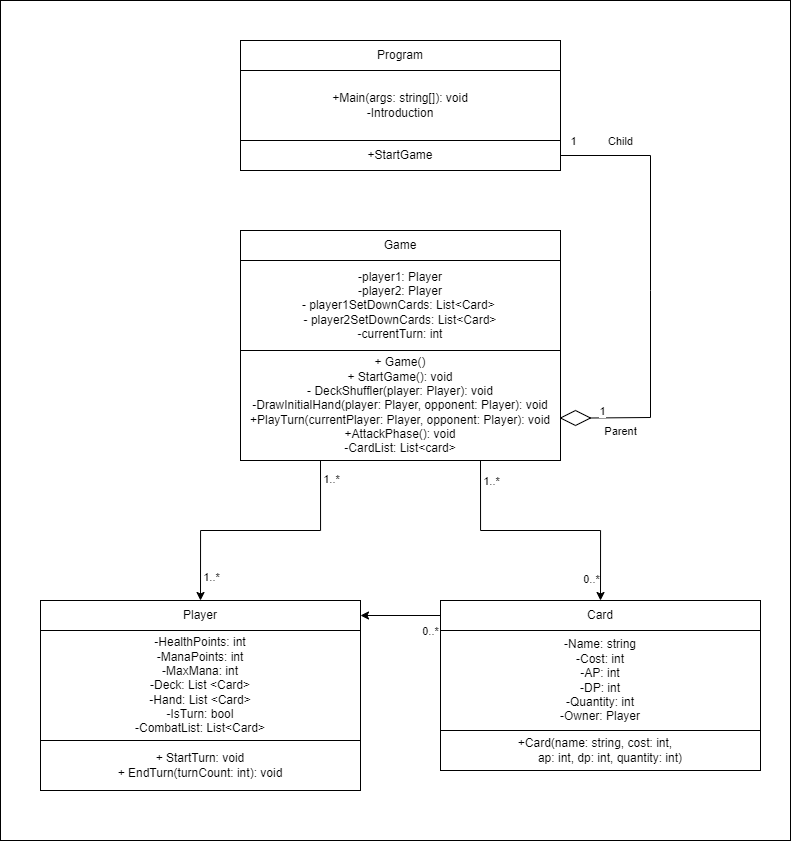
The draw.io diagram UML.png in trunksrage24/LP1Projeto2, before a commit. Source tidied: cells renumbered, new cells last; positions are measured from the earlier drawing's top-left corner, leaving out a move shared by most shapes.
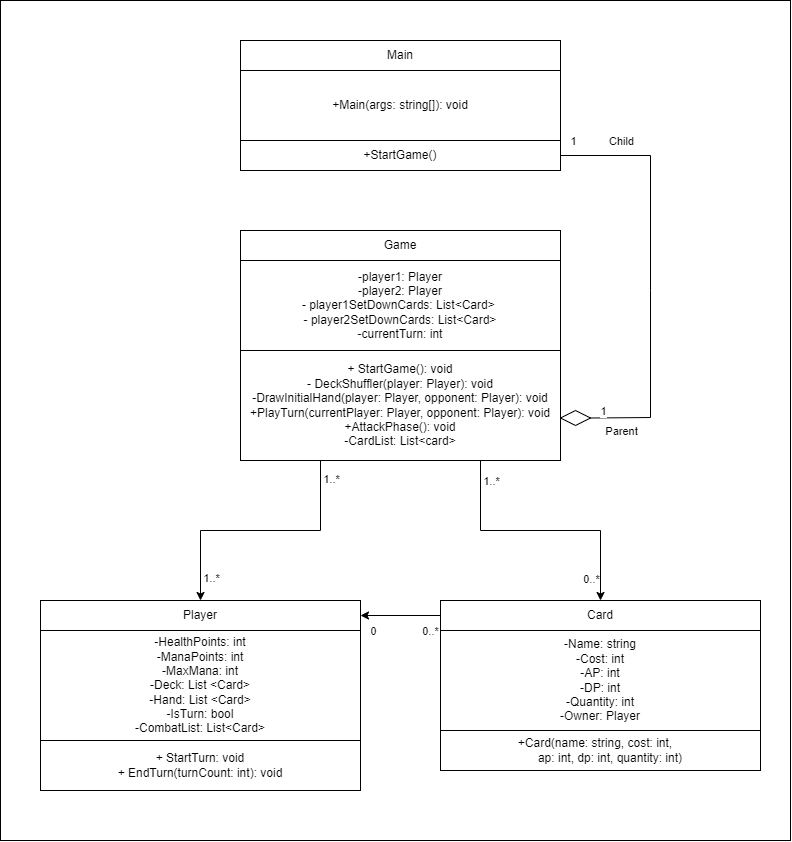
After the change.

Commit message:
Updated uml and removed unecessaries

Diff of the diagram source:
```diff
@@ -20,55 +20,60 @@
     <mxCell id="7" style="edgeStyle=orthogonalEdgeStyle;rounded=0;jettySize=auto;html=1;exitX=0;exitY=0.5;exitDx=0;exitDy=0;entryX=1;entryY=0.5;entryDx=0;entryDy=0;" parent="1" edge="1" source="9" target="5">
       <mxGeometry relative="1" as="geometry" />
     </mxCell>
-    <mxCell id="8" value="0..*" style="edgeLabel;html=1;align=center;verticalAlign=middle;" parent="7" vertex="1">
-      <mxGeometry x="-0.74" y="1" relative="1" as="geometry">
-        <mxPoint y="14" as="offset" />
-      </mxGeometry>
-    </mxCell>
+    <mxCell id="29" value="0..*" style="edgeLabel;html=1;align=center;verticalAlign=middle;" parent="7" vertex="1">
+      <mxGeometry x="-0.74" y="1" relative="1" as="geometry">
+        <mxPoint y="14" as="offset" />
+      </mxGeometry>
+    </mxCell>
+    <mxCell id="30" value="0" style="edgeLabel;html=1;align=center;verticalAlign=middle;" parent="7" vertex="1">
+      <mxGeometry x="0.68" relative="1" as="geometry">
+        <mxPoint y="15" as="offset" />
+      </mxGeometry>
+    </mxCell>
     <mxCell id="9" value="Card" style="rounded=0;whiteSpace=wrap;html=1;" parent="1" vertex="1">
       <mxGeometry x="440" y="600" width="320" height="30" as="geometry" />
     </mxCell>
     <mxCell id="10" value="&lt;div&gt;-Name: string&lt;/div&gt;&lt;div&gt;-Cost: int&lt;/div&gt;&lt;div&gt;-AP: int&lt;/div&gt;&lt;div&gt;-DP: int&lt;/div&gt;&lt;div&gt;-Quantity: int&lt;/div&gt;&lt;div&gt;-Owner: Player&lt;/div&gt;" style="rounded=0;whiteSpace=wrap;html=1;align=center;" parent="1" vertex="1">
       <mxGeometry x="440" y="630" width="320" height="100" as="geometry" />
     </mxCell>
-    <mxCell id="11" style="edgeStyle=orthogonalEdgeStyle;rounded=0;jettySize=auto;html=1;exitX=0.75;exitY=1;exitDx=0;exitDy=0;entryX=0.5;entryY=0;entryDx=0;entryDy=0;" parent="1" edge="1" source="17" target="9">
-      <mxGeometry relative="1" as="geometry" />
-    </mxCell>
-    <mxCell id="12" value="1..*" style="edgeLabel;html=1;align=center;verticalAlign=middle;" parent="11" vertex="1">
-      <mxGeometry x="-0.89" y="-2" relative="1" as="geometry">
-        <mxPoint x="12" y="6" as="offset" />
-      </mxGeometry>
-    </mxCell>
-    <mxCell id="13" value="0..*" style="edgeLabel;html=1;align=center;verticalAlign=middle;" parent="11" vertex="1">
-      <mxGeometry x="0.83" y="2" relative="1" as="geometry">
-        <mxPoint x="-12" as="offset" />
-      </mxGeometry>
-    </mxCell>
-    <mxCell id="14" style="edgeStyle=orthogonalEdgeStyle;rounded=0;jettySize=auto;html=1;exitX=0.25;exitY=1;exitDx=0;exitDy=0;entryX=0.5;entryY=0;entryDx=0;entryDy=0;" parent="1" edge="1" source="17" target="5">
-      <mxGeometry relative="1" as="geometry" />
-    </mxCell>
-    <mxCell id="15" value="1..*" style="edgeLabel;html=1;align=center;verticalAlign=middle;" parent="14" vertex="1">
-      <mxGeometry x="-0.86" y="-3" relative="1" as="geometry">
-        <mxPoint x="13" as="offset" />
-      </mxGeometry>
-    </mxCell>
-    <mxCell id="16" value="1..*" style="edgeLabel;html=1;align=center;verticalAlign=middle;" parent="14" vertex="1">
-      <mxGeometry x="0.82" y="-4" relative="1" as="geometry">
-        <mxPoint x="14" as="offset" />
-      </mxGeometry>
-    </mxCell>
-    <mxCell id="17" value="+ Game()&lt;br&gt;+ StartGame(): void&lt;br&gt;- DeckShuffler(player: Player): void&lt;br&gt;-DrawInitialHand(player: Player, opponent: Player): void&lt;br&gt;+PlayTurn(currentPlayer: Player, opponent: Player): void&lt;br&gt;+AttackPhase(): void&lt;br&gt;-CardList: List&amp;lt;card&amp;gt;" style="rounded=0;whiteSpace=wrap;html=1;" parent="1" vertex="1">
-      <mxGeometry x="240" y="350" width="320" height="110" as="geometry" />
-    </mxCell>
-    <mxCell id="18" value="Program" style="rounded=0;whiteSpace=wrap;html=1;" parent="1" vertex="1">
-      <mxGeometry x="240" y="40" width="320" height="30" as="geometry" />
-    </mxCell>
-    <mxCell id="19" value="+Main(args: string[]): void&lt;br&gt;-Introduction" style="rounded=0;whiteSpace=wrap;html=1;" parent="1" vertex="1">
-      <mxGeometry x="240" y="70" width="320" height="70" as="geometry" />
-    </mxCell>
-    <mxCell id="20" value="+StartGame" style="rounded=0;whiteSpace=wrap;html=1;" parent="1" vertex="1">
-      <mxGeometry x="240" y="140" width="320" height="30" as="geometry" />
-    </mxCell>
+    <mxCell id="31" style="edgeStyle=orthogonalEdgeStyle;rounded=0;jettySize=auto;html=1;exitX=0.75;exitY=1;exitDx=0;exitDy=0;entryX=0.5;entryY=0;entryDx=0;entryDy=0;" parent="1" edge="1" source="37" target="9">
+      <mxGeometry relative="1" as="geometry" />
+    </mxCell>
+    <mxCell id="32" value="1..*" style="edgeLabel;html=1;align=center;verticalAlign=middle;" parent="31" vertex="1">
+      <mxGeometry x="-0.89" y="-2" relative="1" as="geometry">
+        <mxPoint x="12" y="6" as="offset" />
+      </mxGeometry>
+    </mxCell>
+    <mxCell id="33" value="0..*" style="edgeLabel;html=1;align=center;verticalAlign=middle;" parent="31" vertex="1">
+      <mxGeometry x="0.83" y="2" relative="1" as="geometry">
+        <mxPoint x="-12" as="offset" />
+      </mxGeometry>
+    </mxCell>
+    <mxCell id="34" style="edgeStyle=orthogonalEdgeStyle;rounded=0;jettySize=auto;html=1;exitX=0.25;exitY=1;exitDx=0;exitDy=0;entryX=0.5;entryY=0;entryDx=0;entryDy=0;" parent="1" edge="1" source="37" target="5">
+      <mxGeometry relative="1" as="geometry" />
+    </mxCell>
+    <mxCell id="35" value="1..*" style="edgeLabel;html=1;align=center;verticalAlign=middle;" parent="34" vertex="1">
+      <mxGeometry x="-0.86" y="-3" relative="1" as="geometry">
+        <mxPoint x="13" as="offset" />
+      </mxGeometry>
+    </mxCell>
+    <mxCell id="36" value="1..*" style="edgeLabel;html=1;align=center;verticalAlign=middle;" parent="34" vertex="1">
+      <mxGeometry x="0.82" y="-4" relative="1" as="geometry">
+        <mxPoint x="14" as="offset" />
+      </mxGeometry>
+    </mxCell>
+    <mxCell id="37" value="+ StartGame(): void&lt;br&gt;- DeckShuffler(player: Player): void&lt;br&gt;-DrawInitialHand(player: Player, opponent: Player): void&lt;br&gt;+PlayTurn(currentPlayer: Player, opponent: Player): void&lt;br&gt;+AttackPhase(): void&lt;br&gt;-CardList: List&amp;lt;card&amp;gt;" style="rounded=0;whiteSpace=wrap;html=1;" parent="1" vertex="1">
+      <mxGeometry x="240" y="350" width="320" height="110" as="geometry" />
+    </mxCell>
+    <mxCell id="38" value="Main" style="rounded=0;whiteSpace=wrap;html=1;" parent="1" vertex="1">
+      <mxGeometry x="240" y="40" width="320" height="30" as="geometry" />
+    </mxCell>
+    <mxCell id="39" value="+Main(args: string[]): void" style="rounded=0;whiteSpace=wrap;html=1;" parent="1" vertex="1">
+      <mxGeometry x="240" y="70" width="320" height="70" as="geometry" />
+    </mxCell>
+    <mxCell id="40" value="+StartGame()" style="rounded=0;whiteSpace=wrap;html=1;" parent="1" vertex="1">
+      <mxGeometry x="240" y="140" width="320" height="30" as="geometry" />
+    </mxCell>
     <mxCell id="21" value="&lt;div&gt;+ StartTurn: void&lt;/div&gt;&lt;div&gt;+ EndTurn(turnCount: int): void&lt;/div&gt;" style="rounded=0;whiteSpace=wrap;html=1;align=center;" parent="1" vertex="1">
       <mxGeometry x="40" y="740" width="320" height="50" as="geometry" />
     </mxCell>
@@ -78,34 +83,34 @@
     <mxCell id="23" style="rhombus;whiteSpace=wrap;html=1;" parent="1" vertex="1">
       <mxGeometry x="560" y="410" width="30" height="15" as="geometry" />
     </mxCell>
-    <mxCell id="24" style="endArrow=none;html=1;rounded=0;exitX=1;exitY=0.5;exitDx=0;exitDy=0;entryX=1;entryY=0.5;entryDx=0;entryDy=0;" parent="1" edge="1" source="23" target="20">
-      <mxGeometry relative="1" as="geometry">
-        <Array as="points">
-          <mxPoint x="650" y="417" />
-          <mxPoint x="650" y="290" />
-          <mxPoint x="650" y="155" />
-        </Array>
-      </mxGeometry>
-    </mxCell>
+    <mxCell id="41" style="endArrow=none;html=1;rounded=0;exitX=1;exitY=0.5;exitDx=0;exitDy=0;entryX=1;entryY=0.5;entryDx=0;entryDy=0;" parent="1" edge="1" source="23" target="40">
+      <mxGeometry relative="1" as="geometry">
+        <Array as="points">
+          <mxPoint x="650" y="417" />
+          <mxPoint x="650" y="290" />
+          <mxPoint x="650" y="155" />
+        </Array>
+      </mxGeometry>
+    </mxCell>
-    <mxCell id="25" value="Parent" style="edgeLabel;html=1;align=center;verticalAlign=middle;" parent="24" vertex="1">
+    <mxCell id="25" value="Parent" style="edgeLabel;html=1;align=center;verticalAlign=middle;" parent="41" vertex="1">
       <mxGeometry x="-0.79" y="-2" relative="1" as="geometry">
         <mxPoint x="-14" y="11" as="offset" />
       </mxGeometry>
     </mxCell>
-    <mxCell id="26" value="Child" style="edgeLabel;html=1;align=center;verticalAlign=middle;" parent="24" vertex="1">
+    <mxCell id="26" value="Child" style="edgeLabel;html=1;align=center;verticalAlign=middle;" parent="41" vertex="1">
       <mxGeometry x="0.66" y="-1" relative="1" as="geometry">
         <mxPoint x="-10" y="-14" as="offset" />
       </mxGeometry>
     </mxCell>
-    <mxCell id="27" value="1" style="edgeLabel;html=1;align=center;verticalAlign=middle;" parent="24" vertex="1">
-      <mxGeometry x="0.94" y="-1" relative="1" as="geometry">
-        <mxPoint y="-14" as="offset" />
-      </mxGeometry>
-    </mxCell>
-    <mxCell id="28" value="1" style="edgeLabel;html=1;align=center;verticalAlign=middle;" parent="24" vertex="1">
-      <mxGeometry x="-0.94" y="-1" relative="1" as="geometry">
-        <mxPoint y="-8" as="offset" />
-      </mxGeometry>
-    </mxCell>
+    <mxCell id="42" value="1" style="edgeLabel;html=1;align=center;verticalAlign=middle;" parent="41" vertex="1">
+      <mxGeometry x="0.94" y="-1" relative="1" as="geometry">
+        <mxPoint y="-14" as="offset" />
+      </mxGeometry>
+    </mxCell>
+    <mxCell id="43" value="1" style="edgeLabel;html=1;align=center;verticalAlign=middle;" parent="41" vertex="1">
+      <mxGeometry x="-0.94" y="-1" relative="1" as="geometry">
+        <mxPoint y="-8" as="offset" />
+      </mxGeometry>
+    </mxCell>
   </root>
 </mxGraphModel>
```
